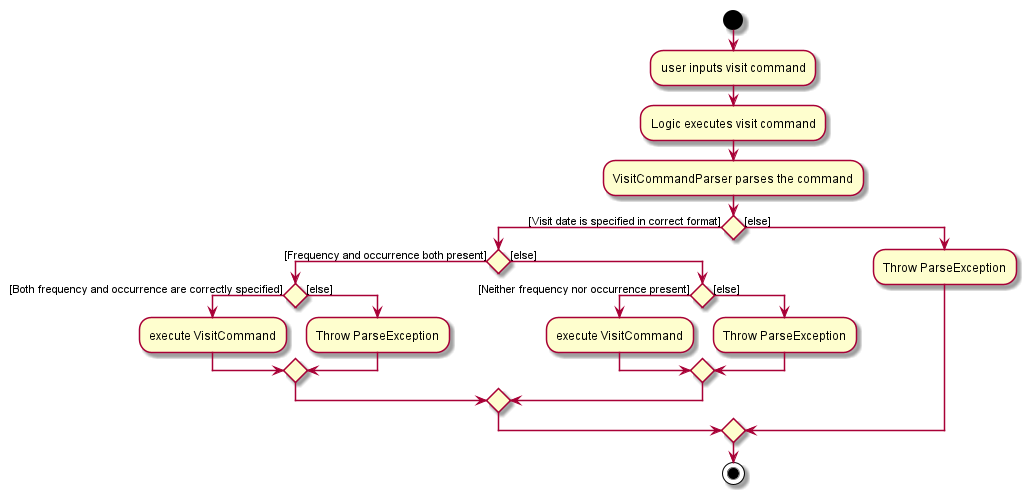
This is docs/images/VisitCommandActivityDiagram.png from nus-cs2103-AY2122S1/tp, a PlantUML export, as it was before one commit.
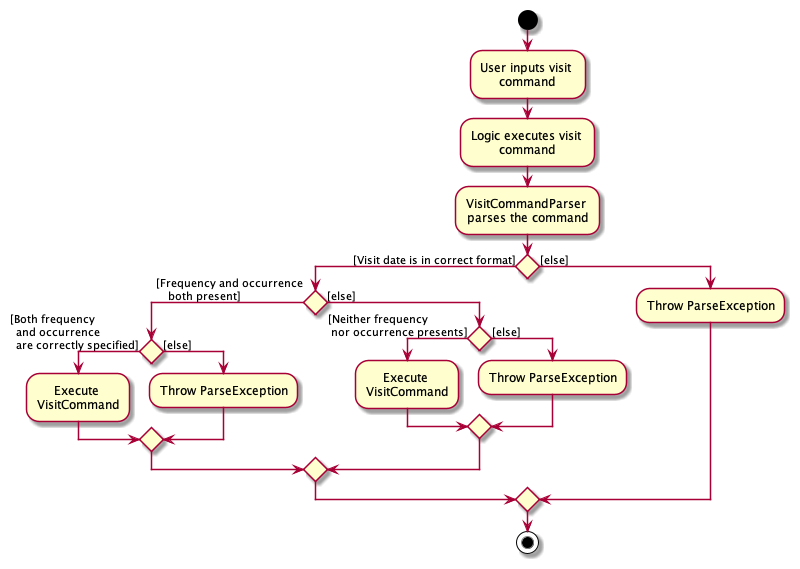
Above is the later version.

What changed in the source:
```diff
@@ -1,20 +1,27 @@
 @startuml
+skinparam wrapWidth 130
+skinparam defaultTextAlignment center
+
 start
-:user inputs visit command;
+:User inputs visit command;
 :Logic executes visit command;
 :VisitCommandParser parses the command;
 
-if () then ([Visit date is specified in correct format])
-    if() then ([Frequency and occurrence both present])
-        if() then ([Both frequency and occurrence are correctly specified])
-            :execute VisitCommand;
+if () then ([Visit date is in correct format])
+    if() then ([Frequency and occurrence
+    both present])
+        if() then ([Both frequency
+  and occurrence
+  are correctly specified])
+            :Execute VisitCommand;
         else ([else])
             :Throw ParseException;
         endif
 
     else ([else])
-        if() then ([Neither frequency nor occurrence present])
-            :execute VisitCommand;
+        if() then ([Neither frequency
+ nor occurrence presents])
+            :Execute VisitCommand;
         else ([else])
             :Throw ParseException;
         endif
```
